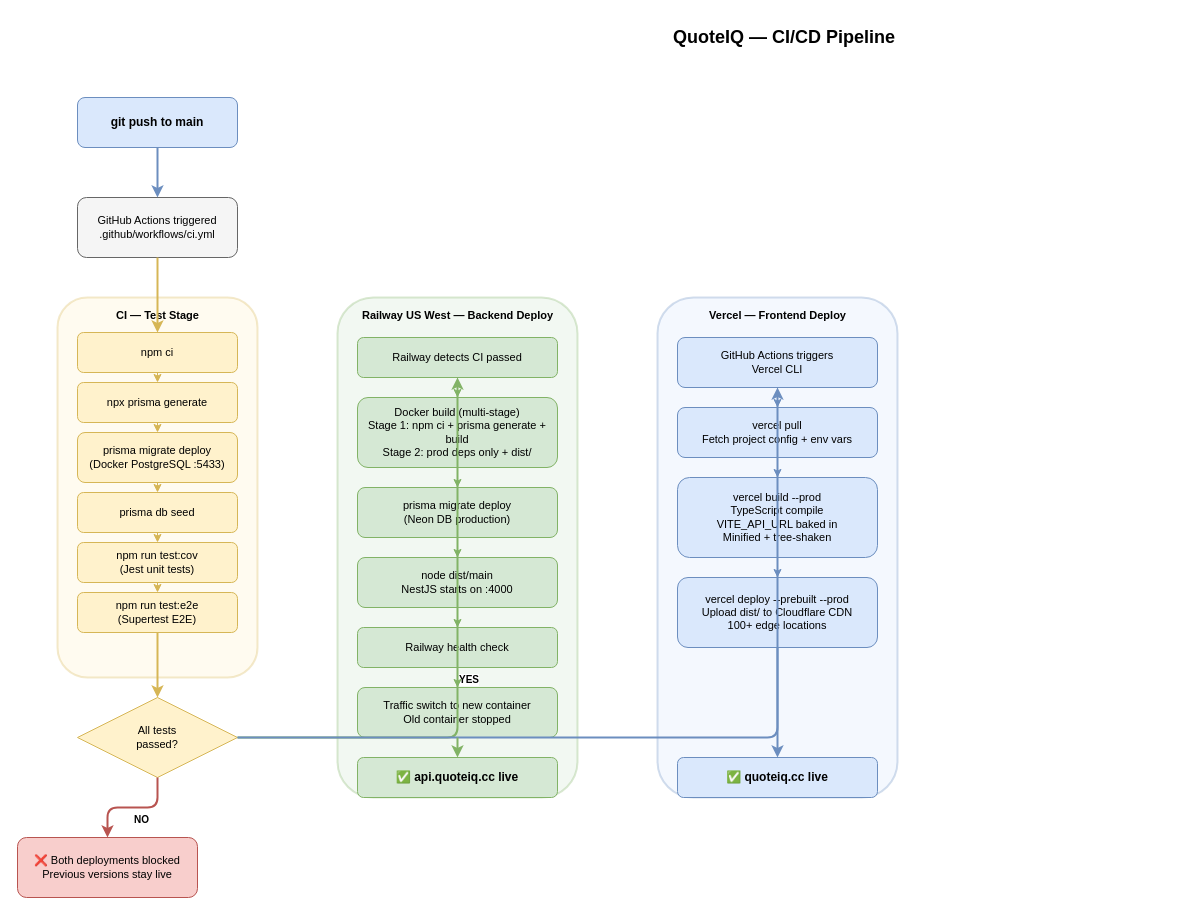
Above: docs/drawio/cicd-pipeline.drawio in Eunice-Amirtharajan/quote-iq (draw.io), before the change. Source tidied: cells renumbered, new cells numbered last; positions are measured from the earlier drawing's top-left corner, leaving out a move shared by most shapes. Both pictures are drawn from the tidied source at 100%, with x=0, y=0 at pixel (17, 17).
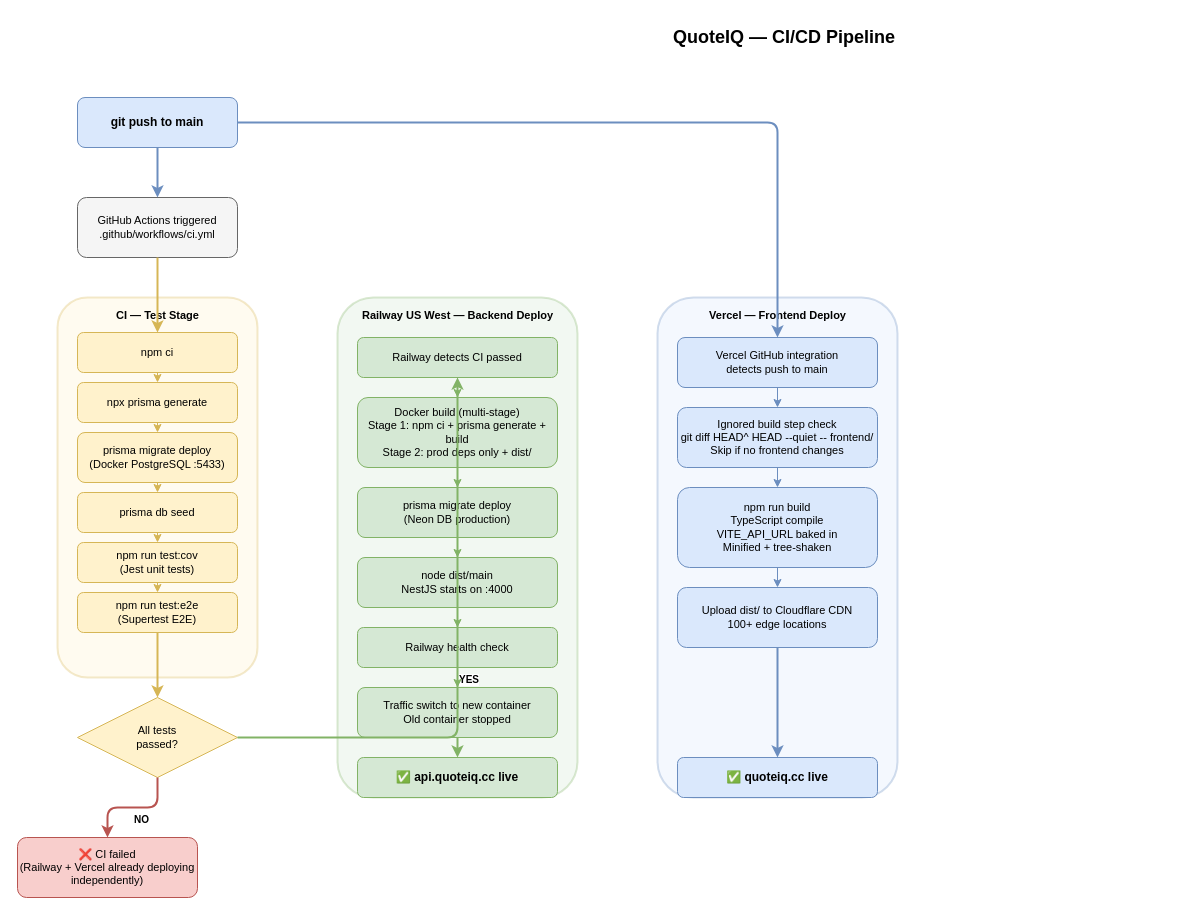
Above is the later version.

Commit message (it also covers changes not shown here):
fix CI/CD diagrams and workflow to reflect independent Railway/Vercel GitHub integration deploys

Unchanged cells that the change refers to:
```xml
<mxCell id="3" value="git push to main" style="rounded=1;whiteSpace=wrap;html=1;fillColor=#dae8fc;strokeColor=#6c8ebf;fontSize=12;fontStyle=1;" parent="1" vertex="1">
  <mxGeometry x="60" y="80" width="160" height="50" as="geometry" />
</mxCell>
<mxCell id="13" value="All tests&#10;passed?" style="rhombus;whiteSpace=wrap;html=1;fillColor=#fff2cc;strokeColor=#d6b656;fontSize=11;" parent="1" vertex="1">
  <mxGeometry x="60" y="680" width="160" height="80" as="geometry" />
</mxCell>
```

Change to the diagram source:
```diff
@@
-    <mxCell id="14" value="❌ Both deployments blocked&#10;Previous versions stay live" style="rounded=1;whiteSpace=wrap;html=1;fillColor=#f8cecc;strokeColor=#b85450;fontSize=11;" parent="1" vertex="1">
+    <mxCell id="14" value="❌ CI failed&#10;(Railway + Vercel already deploying independently)" style="rounded=1;whiteSpace=wrap;html=1;fillColor=#f8cecc;strokeColor=#b85450;fontSize=11;" parent="1" vertex="1">
       <mxGeometry y="820" width="180" height="60" as="geometry" />
     </mxCell>
@@
-    <mxCell id="26" value="GitHub Actions triggers&#10;Vercel CLI" style="rounded=1;whiteSpace=wrap;html=1;fillColor=#dae8fc;strokeColor=#6c8ebf;fontSize=11;" parent="1" vertex="1">
+    <mxCell id="26" value="Vercel GitHub integration&#10;detects push to main" style="rounded=1;whiteSpace=wrap;html=1;fillColor=#dae8fc;strokeColor=#6c8ebf;fontSize=11;" parent="1" vertex="1">
       <mxGeometry x="660" y="320" width="200" height="50" as="geometry" />
     </mxCell>
-    <mxCell id="27" value="vercel pull&#10;Fetch project config + env vars" style="rounded=1;whiteSpace=wrap;html=1;fillColor=#dae8fc;strokeColor=#6c8ebf;fontSize=11;" parent="1" vertex="1">
-      <mxGeometry x="660" y="390" width="200" height="50" as="geometry" />
+    <mxCell id="27" value="Ignored build step check&#10;git diff HEAD^ HEAD --quiet -- frontend/&#10;Skip if no frontend changes" style="rounded=1;whiteSpace=wrap;html=1;fillColor=#dae8fc;strokeColor=#6c8ebf;fontSize=11;" parent="1" vertex="1">
+      <mxGeometry x="660" y="390" width="200" height="60" as="geometry" />
     </mxCell>
-    <mxCell id="28" value="vercel build --prod&#10;TypeScript compile&#10;VITE_API_URL baked in&#10;Minified + tree-shaken" style="rounded=1;whiteSpace=wrap;html=1;fillColor=#dae8fc;strokeColor=#6c8ebf;fontSize=11;" parent="1" vertex="1">
-      <mxGeometry x="660" y="460" width="200" height="80" as="geometry" />
+    <mxCell id="28" value="npm run build&#10;TypeScript compile&#10;VITE_API_URL baked in&#10;Minified + tree-shaken" style="rounded=1;whiteSpace=wrap;html=1;fillColor=#dae8fc;strokeColor=#6c8ebf;fontSize=11;" parent="1" vertex="1">
+      <mxGeometry x="660" y="470" width="200" height="80" as="geometry" />
     </mxCell>
-    <mxCell id="29" value="vercel deploy --prebuilt --prod&#10;Upload dist/ to Cloudflare CDN&#10;100+ edge locations" style="rounded=1;whiteSpace=wrap;html=1;fillColor=#dae8fc;strokeColor=#6c8ebf;fontSize=11;" parent="1" vertex="1">
-      <mxGeometry x="660" y="560" width="200" height="70" as="geometry" />
+    <mxCell id="29" value="Upload dist/ to Cloudflare CDN&#10;100+ edge locations" style="rounded=1;whiteSpace=wrap;html=1;fillColor=#dae8fc;strokeColor=#6c8ebf;fontSize=11;" parent="1" vertex="1">
+      <mxGeometry x="660" y="570" width="200" height="60" as="geometry" />
     </mxCell>
@@
-    <mxCell id="43" style="edgeStyle=orthogonalEdgeStyle;html=1;strokeColor=#6c8ebf;strokeWidth=2;" parent="1" edge="1" source="13" target="26">
+    <mxCell id="43" style="edgeStyle=orthogonalEdgeStyle;html=1;strokeColor=#6c8ebf;strokeWidth=2;" parent="1" edge="1" source="3" target="26">
       <mxGeometry relative="1" as="geometry" />
     </mxCell>
```
